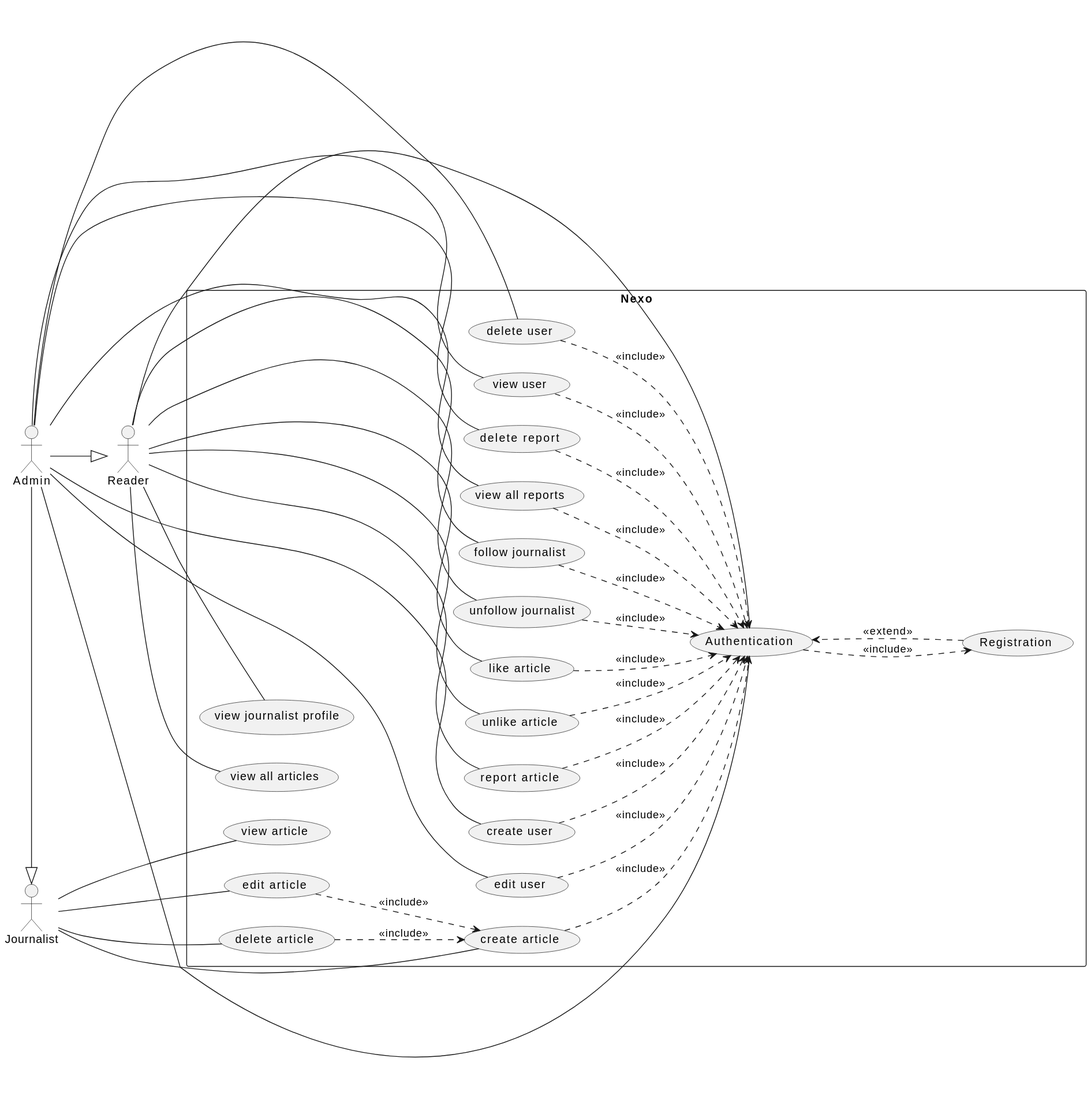
Earlier version of the PlantUML export conception/use-case.svg (hirotachi/nexo). Its diagram source:
```plantuml
@startuml
left to right direction

:Reader: as reader
:Journalist: as journalist
:Admin: as admin

rectangle Nexo {






    (Authentication) as authentication
    (Registration) as registration

    (view journalist profile) as view_journalist_profile

    (follow journalist) as follow_journalist
    (unfollow journalist) as unfollow_journalist


    (like article) as like_article
    (unlike article) as unlike_article
    (report article) as report_article

    (view article) as view_article
    (create article) as create_article
    (edit article) as edit_article
    (delete article) as delete_article

    (create user) as create_user
    (edit user) as edit_user
    (delete user) as delete_user
    (view user) as view_user


    (view all articles) as view_all_articles



    authentication ...> registration :<<include>>
    registration ...> authentication :<<extend>>


    reader -- view_journalist_profile
    reader -- follow_journalist
    reader -- unfollow_journalist
    reader -- like_article
    reader -- unlike_article
    reader -- report_article
    reader -- view_all_articles

    reader --- authentication
    admin --- authentication

    journalist --- create_article
    journalist --- view_article
    journalist --- edit_article
    journalist --- delete_article

    admin -|> journalist
    admin -|> reader

    admin --- view_user
    admin --- create_user
    admin --- edit_user
    admin --- delete_user

    (delete report) as delete_report
    (view all reports) as view_all_reports

    admin --- delete_report
    admin --- view_all_reports

    view_all_reports ..> authentication :<<include>>
    delete_report ..> authentication :<<include>>

    create_user ..> authentication :<<include>>
    edit_user ..> authentication :<<include>>
    delete_user ..> authentication :<<include>>
    view_user ..> authentication :<<include>>

    create_article ..> authentication :<<include>>
    edit_article ..> create_article :<<include>>
    delete_article ..> create_article :<<include>>


    follow_journalist ..>  authentication :<<include>>
    unfollow_journalist ..>  authentication :<<include>>
    like_article ..>  authentication :<<include>>
    unlike_article ..>  authentication :<<include>>
    report_article ..>  authentication :<<include>>


}
@enduml
```
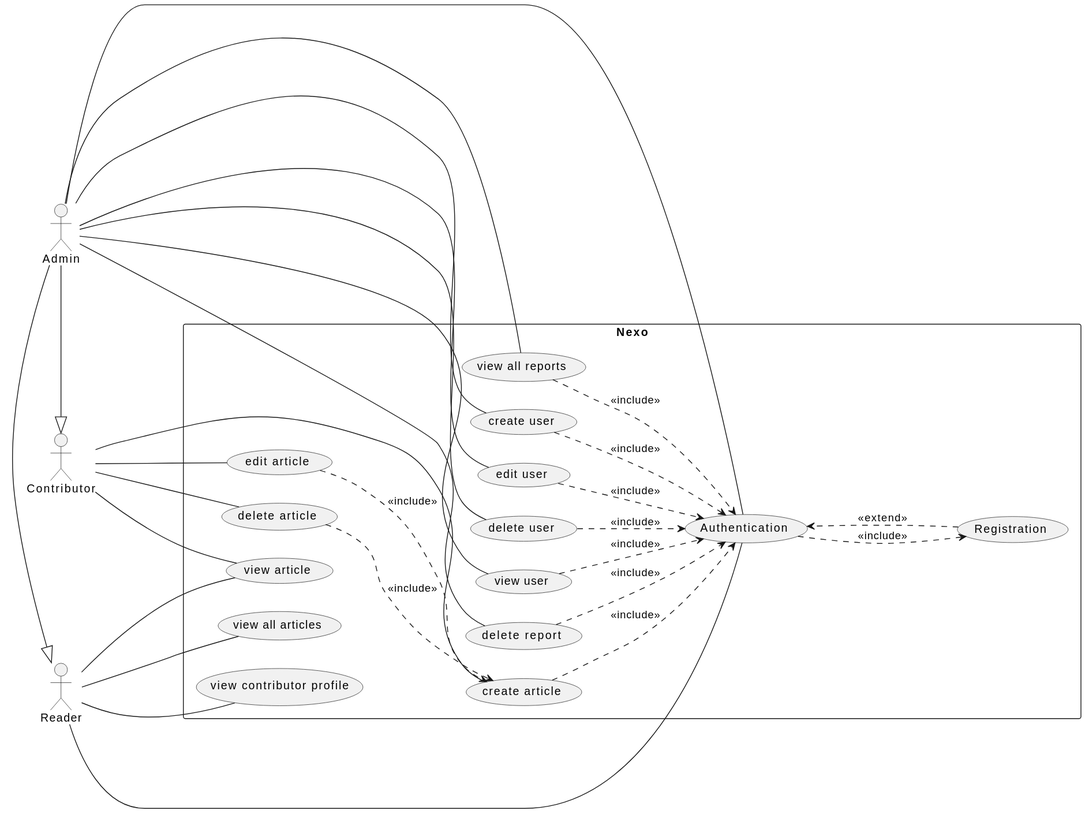
Later version of the same file.

Diff of the diagram source:
```diff
@@ -2,28 +2,15 @@
 left to right direction
 
 :Reader: as reader
-:Journalist: as journalist
+:Contributor: as contributor
 :Admin: as admin
 
 rectangle Nexo {
 
-
-
-
-
-
     (Authentication) as authentication
     (Registration) as registration
 
-    (view journalist profile) as view_journalist_profile
-
-    (follow journalist) as follow_journalist
-    (unfollow journalist) as unfollow_journalist
-
-
-    (like article) as like_article
-    (unlike article) as unlike_article
-    (report article) as report_article
+    (view contributor profile) as view_contributor_profile
 
     (view article) as view_article
     (create article) as create_article
@@ -35,32 +22,27 @@
     (delete user) as delete_user
     (view user) as view_user
 
-
     (view all articles) as view_all_articles
-
 
 
     authentication ...> registration :<<include>>
     registration ...> authentication :<<extend>>
 
+    reader -- view_contributor_profile
 
-    reader -- view_journalist_profile
-    reader -- follow_journalist
-    reader -- unfollow_journalist
-    reader -- like_article
-    reader -- unlike_article
-    reader -- report_article
+
     reader -- view_all_articles
 
     reader --- authentication
     admin --- authentication
 
-    journalist --- create_article
-    journalist --- view_article
-    journalist --- edit_article
-    journalist --- delete_article
+    contributor --- create_article
+    contributor --- view_article
+    reader --- view_article
+    contributor --- edit_article
+    contributor --- delete_article
 
-    admin -|> journalist
+    admin -|> contributor
     admin -|> reader
 
     admin --- view_user
@@ -87,12 +69,5 @@
     delete_article ..> create_article :<<include>>
 
 
-    follow_journalist ..>  authentication :<<include>>
-    unfollow_journalist ..>  authentication :<<include>>
-    like_article ..>  authentication :<<include>>
-    unlike_article ..>  authentication :<<include>>
-    report_article ..>  authentication :<<include>>
-
-
 }
 @enduml
```
